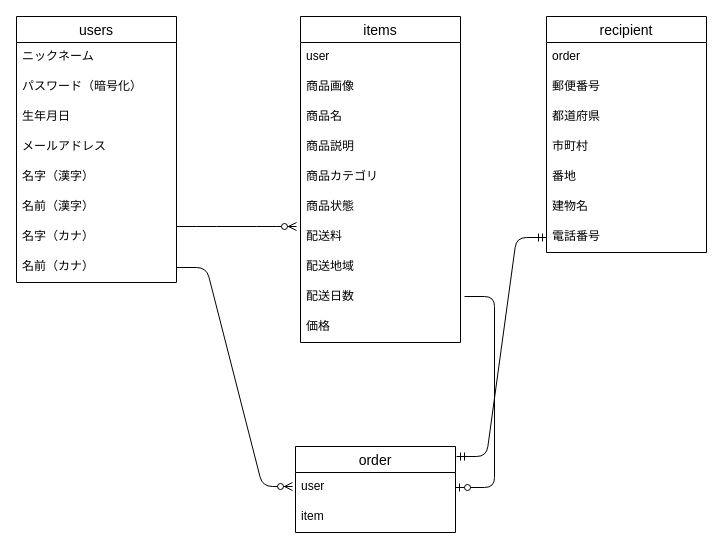
The draw.io diagram furima.dio in hideki315/furima-39991, before the edit. Source tidied: cells renumbered, new cells numbered last; positions are measured from the earlier drawing's top-left corner, leaving out a move shared by most shapes. Both pictures are drawn from the tidied source at 100%, with x=0, y=0 at pixel (16, 16).
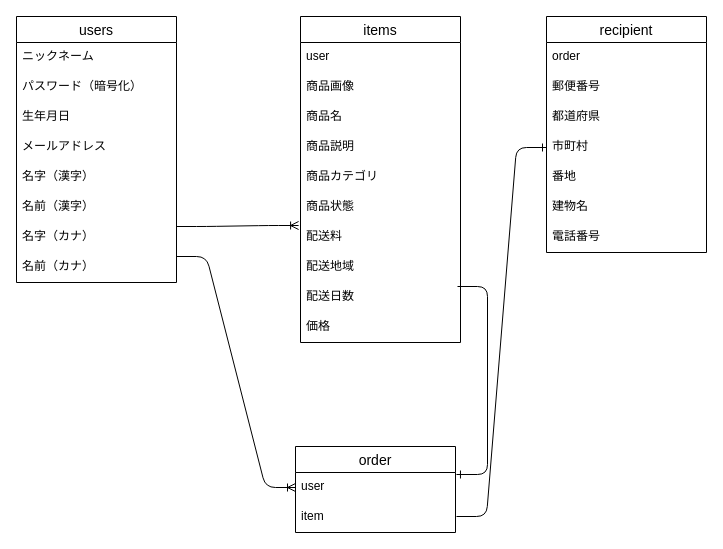
After the change.

Commit message (it also covers changes not shown here):
ER図作成変更

The change refers to these unchanged cells:
```xml
<mxCell id="2" value="users" style="swimlane;fontStyle=0;horizontal=1;startSize=26;align=center;fontSize=14;" parent="1" vertex="1">
  <mxGeometry width="160" height="266" as="geometry" />
</mxCell>
<mxCell id="10" value="名前（カナ）" style="text;strokeColor=none;fillColor=none;spacingLeft=4;spacingRight=4;overflow=hidden;points=[[0,0.5],[1,0.5]];portConstraint=eastwest;fontSize=12;" parent="2" vertex="1">
  <mxGeometry y="236" width="160" height="30" as="geometry" />
</mxCell>
<mxCell id="19" value="配送料" style="text;strokeColor=none;fillColor=none;spacingLeft=4;spacingRight=4;overflow=hidden;points=[[0,0.5],[1,0.5]];portConstraint=eastwest;fontSize=12;" parent="12" vertex="1">
  <mxGeometry y="206" width="160" height="30" as="geometry" />
</mxCell>
<mxCell id="27" value="市町村" style="text;strokeColor=none;fillColor=none;spacingLeft=4;spacingRight=4;overflow=hidden;points=[[0,0.5],[1,0.5]];portConstraint=eastwest;fontSize=12;" parent="23" vertex="1">
  <mxGeometry y="116" width="160" height="30" as="geometry" />
</mxCell>
<mxCell id="30" value="電話番号" style="text;strokeColor=none;fillColor=none;spacingLeft=4;spacingRight=4;overflow=hidden;points=[[0,0.5],[1,0.5]];portConstraint=eastwest;fontSize=12;" parent="23" vertex="1">
  <mxGeometry y="206" width="160" height="30" as="geometry" />
</mxCell>
<mxCell id="32" value="user" style="text;strokeColor=none;fillColor=none;spacingLeft=4;spacingRight=4;overflow=hidden;points=[[0,0.5],[1,0.5]];portConstraint=eastwest;fontSize=12;" parent="31" vertex="1">
  <mxGeometry y="26" width="160" height="30" as="geometry" />
</mxCell>
```

What changed in the source:
```diff
@@
-    <mxCell id="11" style="edgeStyle=entityRelationEdgeStyle;fontSize=12;html=1;endArrow=ERzeroToMany;endFill=1;exitX=1;exitY=0.5;exitDx=0;exitDy=0;" parent="2" edge="1" source="10">
-      <mxGeometry relative="1" as="geometry">
-        <mxPoint x="276" y="470" as="targetPoint" />
-      </mxGeometry>
-    </mxCell>
@@
-    <mxCell id="34" style="edgeStyle=entityRelationEdgeStyle;fontSize=12;html=1;endArrow=ERzeroToMany;endFill=1;" parent="1" edge="1">
-      <mxGeometry relative="1" as="geometry">
-        <mxPoint x="160" y="210" as="sourcePoint" />
-        <mxPoint x="280" y="210" as="targetPoint" />
-      </mxGeometry>
-    </mxCell>
-    <mxCell id="35" style="edgeStyle=entityRelationEdgeStyle;fontSize=12;html=1;endArrow=ERmandOne;startArrow=ERmandOne;entryX=0;entryY=0.5;entryDx=0;entryDy=0;" parent="1" edge="1" target="30">
-      <mxGeometry relative="1" as="geometry">
-        <mxPoint x="440" y="440" as="sourcePoint" />
-      </mxGeometry>
-    </mxCell>
-    <mxCell id="36" style="edgeStyle=entityRelationEdgeStyle;fontSize=12;html=1;endArrow=ERzeroToOne;endFill=1;exitX=0;exitY=0.5;exitDx=0;exitDy=0;entryX=1;entryY=0.5;entryDx=0;entryDy=0;" parent="1" edge="1" target="32">
-      <mxGeometry relative="1" as="geometry">
-        <mxPoint x="448" y="280" as="sourcePoint" />
-      </mxGeometry>
-    </mxCell>
+    <mxCell id="37" style="edgeStyle=entityRelationEdgeStyle;fontSize=12;html=1;endArrow=ERone;endFill=1;entryX=0;entryY=0.5;entryDx=0;entryDy=0;" parent="1" edge="1" target="27">
+      <mxGeometry relative="1" as="geometry">
+        <mxPoint x="440" y="500" as="sourcePoint" />
+      </mxGeometry>
+    </mxCell>
+    <mxCell id="38" style="edgeStyle=entityRelationEdgeStyle;fontSize=12;html=1;endArrow=ERone;endFill=1;entryX=1.006;entryY=0.067;entryDx=0;entryDy=0;entryPerimeter=0;" parent="1" edge="1" target="32">
+      <mxGeometry relative="1" as="geometry">
+        <mxPoint x="441" y="270" as="sourcePoint" />
+      </mxGeometry>
+    </mxCell>
+    <mxCell id="39" style="edgeStyle=entityRelationEdgeStyle;fontSize=12;html=1;endArrow=ERoneToMany;entryX=0;entryY=0.5;entryDx=0;entryDy=0;" parent="1" edge="1" target="32">
+      <mxGeometry relative="1" as="geometry">
+        <mxPoint x="160" y="240" as="sourcePoint" />
+      </mxGeometry>
+    </mxCell>
+    <mxCell id="40" style="edgeStyle=entityRelationEdgeStyle;fontSize=12;html=1;endArrow=ERoneToMany;entryX=-0.012;entryY=0.1;entryDx=0;entryDy=0;entryPerimeter=0;" parent="1" edge="1" target="19">
+      <mxGeometry relative="1" as="geometry">
+        <mxPoint x="160" y="210" as="sourcePoint" />
+      </mxGeometry>
+    </mxCell>
```
